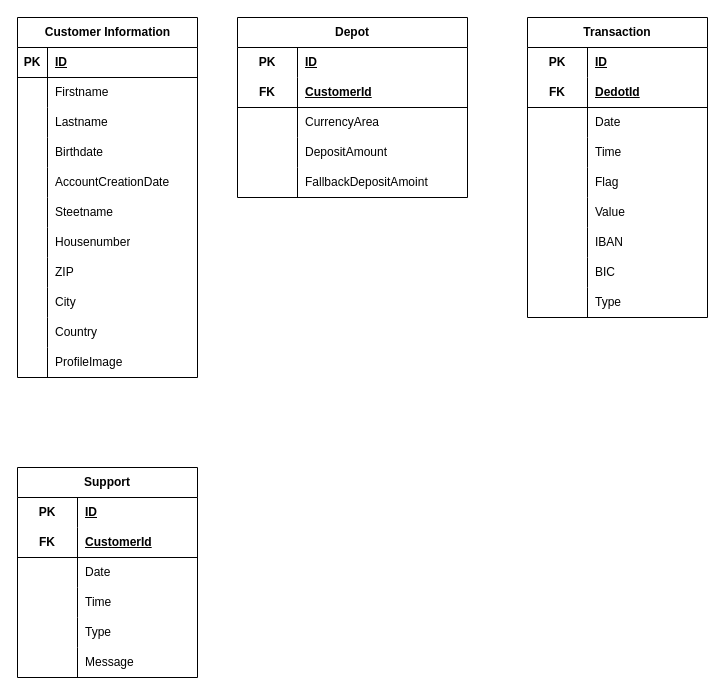
Above: docs/Datamodell.drawio in FalcarDE/aurumbanking-backend (draw.io), before the change. Source tidied: cells renumbered, new cells numbered last; positions are measured from the earlier drawing's top-left corner, leaving out a move shared by most shapes. Both pictures are drawn from the tidied source at 100%, with x=0, y=0 at pixel (17, 17).
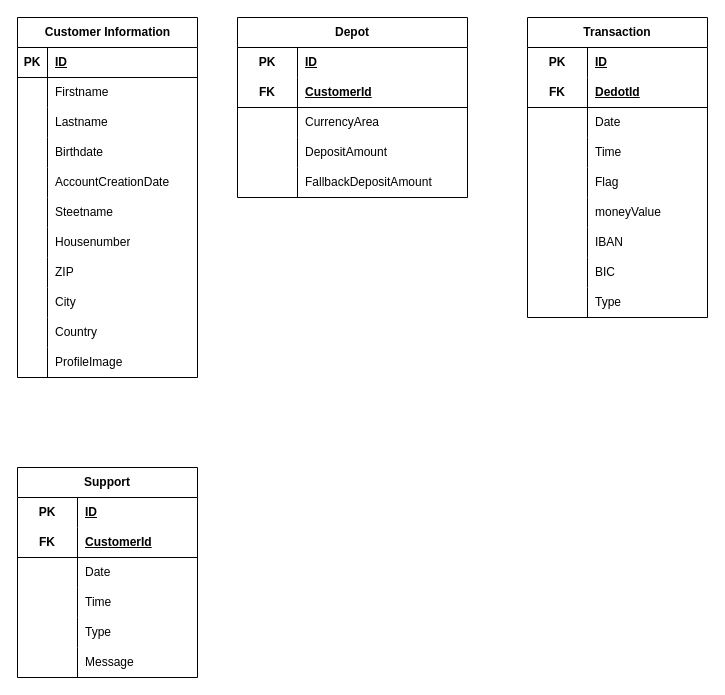
Above is the later version.

The change refers to these unchanged cells:
```xml
<mxCell id="49" style="shape=tableRow;horizontal=0;startSize=0;swimlaneHead=0;swimlaneBody=0;fillColor=none;top=0;left=0;right=0;bottom=0;html=1;" parent="36" vertex="1">
  <mxGeometry y="150" width="230" height="30" as="geometry" />
</mxCell>
<mxCell id="68" style="shape=tableRow;horizontal=0;startSize=0;swimlaneHead=0;swimlaneBody=0;fillColor=none;top=0;left=0;right=0;bottom=0;html=1;" parent="52" vertex="1">
  <mxGeometry y="180" width="180" height="30" as="geometry" />
</mxCell>
```

The edit, as a diff of the source:
```diff
@@
-    <mxCell id="51" value="FallbackDepositAmoint" style="shape=partialRectangle;fillColor=none;top=0;left=0;bottom=0;right=0;align=left;spacingLeft=6;overflow=hidden;html=1;whiteSpace=wrap;" parent="49" vertex="1">
+    <mxCell id="51" value="FallbackDepositAmount" style="shape=partialRectangle;fillColor=none;top=0;left=0;bottom=0;right=0;align=left;spacingLeft=6;overflow=hidden;html=1;whiteSpace=wrap;" parent="49" vertex="1">
       <mxGeometry x="60" width="170" height="30" as="geometry" />
     </mxCell>
@@
-    <mxCell id="70" value="Value" style="shape=partialRectangle;fillColor=none;top=0;left=0;bottom=0;right=0;align=left;spacingLeft=6;overflow=hidden;html=1;whiteSpace=wrap;" parent="68" vertex="1">
+    <mxCell id="70" value="moneyValue" style="shape=partialRectangle;fillColor=none;top=0;left=0;bottom=0;right=0;align=left;spacingLeft=6;overflow=hidden;html=1;whiteSpace=wrap;" parent="68" vertex="1">
       <mxGeometry x="60" width="120" height="30" as="geometry" />
     </mxCell>
```
